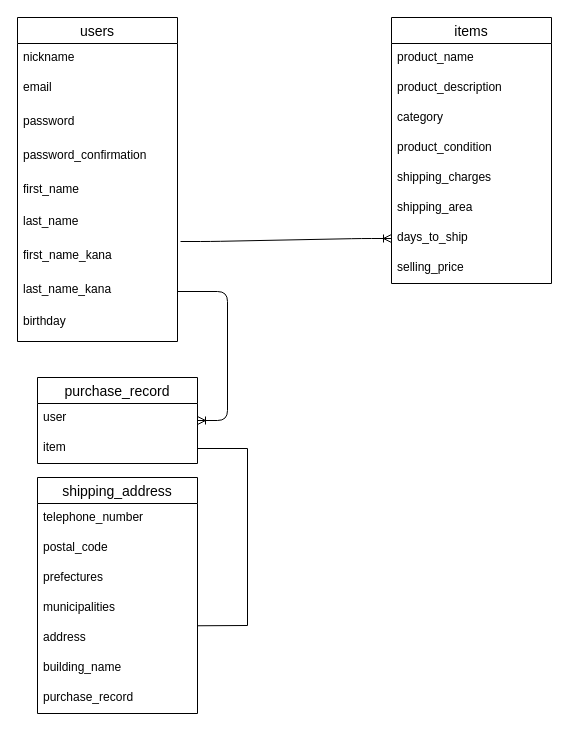
tsunodayuki0302/furima-36887 keeps this draw.io diagram as furima.dio. Above is the earlier version. Source tidied: cells renumbered, new cells numbered last; positions are measured from the earlier drawing's top-left corner, leaving out a move shared by most shapes. Both pictures are drawn from the tidied source at 100%, with x=0, y=0 at pixel (17, 17).
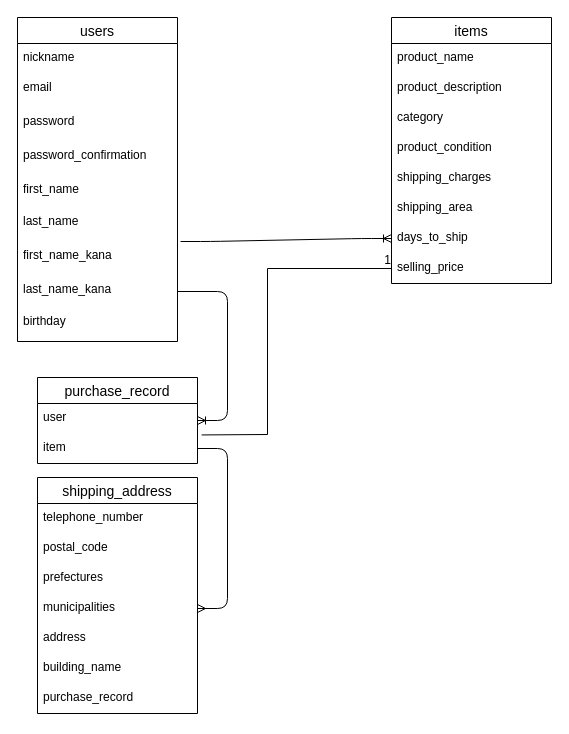
The same page after the edit.

Commit message (it also covers changes not shown here):
データベース修正１

The change refers to these unchanged cells:
```xml
<mxCell id="20" value="selling_price" style="text;strokeColor=none;fillColor=none;spacingLeft=4;spacingRight=4;overflow=hidden;points=[[0,0.5],[1,0.5]];portConstraint=eastwest;fontSize=12;" parent="12" vertex="1">
  <mxGeometry y="236" width="160" height="30" as="geometry" />
</mxCell>
<mxCell id="27" value="municipalities" style="text;strokeColor=none;fillColor=none;spacingLeft=4;spacingRight=4;overflow=hidden;points=[[0,0.5],[1,0.5]];portConstraint=eastwest;fontSize=12;" parent="24" vertex="1">
  <mxGeometry y="60" width="160" height="30" as="geometry" />
</mxCell>
<mxCell id="28" value="address" style="text;strokeColor=none;fillColor=none;spacingLeft=4;spacingRight=4;overflow=hidden;points=[[0,0.5],[1,0.5]];portConstraint=eastwest;fontSize=12;" parent="24" vertex="1">
  <mxGeometry y="90" width="160" height="30" as="geometry" />
</mxCell>
<mxCell id="33" value="item" style="text;strokeColor=none;fillColor=none;spacingLeft=4;spacingRight=4;overflow=hidden;points=[[0,0.5],[1,0.5]];portConstraint=eastwest;fontSize=12;" parent="31" vertex="1">
  <mxGeometry y="56" width="160" height="30" as="geometry" />
</mxCell>
```

Diff of the diagram source:
```diff
@@
-    <mxCell id="35" style="endArrow=none;html=1;rounded=0;exitX=1;exitY=0.5;exitDx=0;exitDy=0;entryX=0.999;entryY=0.076;entryDx=0;entryDy=0;entryPerimeter=0;" parent="1" edge="1" source="33" target="28">
-      <mxGeometry relative="1" as="geometry">
-        <Array as="points">
-          <mxPoint x="230" y="431" />
-          <mxPoint x="230" y="608" />
-        </Array>
-      </mxGeometry>
-    </mxCell>
+    <mxCell id="36" style="endArrow=none;html=1;rounded=0;entryX=0;entryY=0.5;entryDx=0;entryDy=0;exitX=1.026;exitY=0.048;exitDx=0;exitDy=0;exitPerimeter=0;" parent="1" edge="1" source="33" target="20">
+      <mxGeometry relative="1" as="geometry">
+        <Array as="points">
+          <mxPoint x="250" y="417" />
+          <mxPoint x="250" y="251" />
+        </Array>
+      </mxGeometry>
+    </mxCell>
+    <mxCell id="37" value="1" style="html=1;align=right;verticalAlign=bottom;" parent="36" vertex="1">
+      <mxGeometry x="1" relative="1" as="geometry" />
+    </mxCell>
+    <mxCell id="38" style="edgeStyle=entityRelationEdgeStyle;fontSize=12;html=1;endArrow=ERmany;exitX=1;exitY=0.5;exitDx=0;exitDy=0;entryX=1;entryY=0.5;entryDx=0;entryDy=0;" parent="1" edge="1" source="33" target="27">
+      <mxGeometry relative="1" as="geometry" />
+    </mxCell>
```
